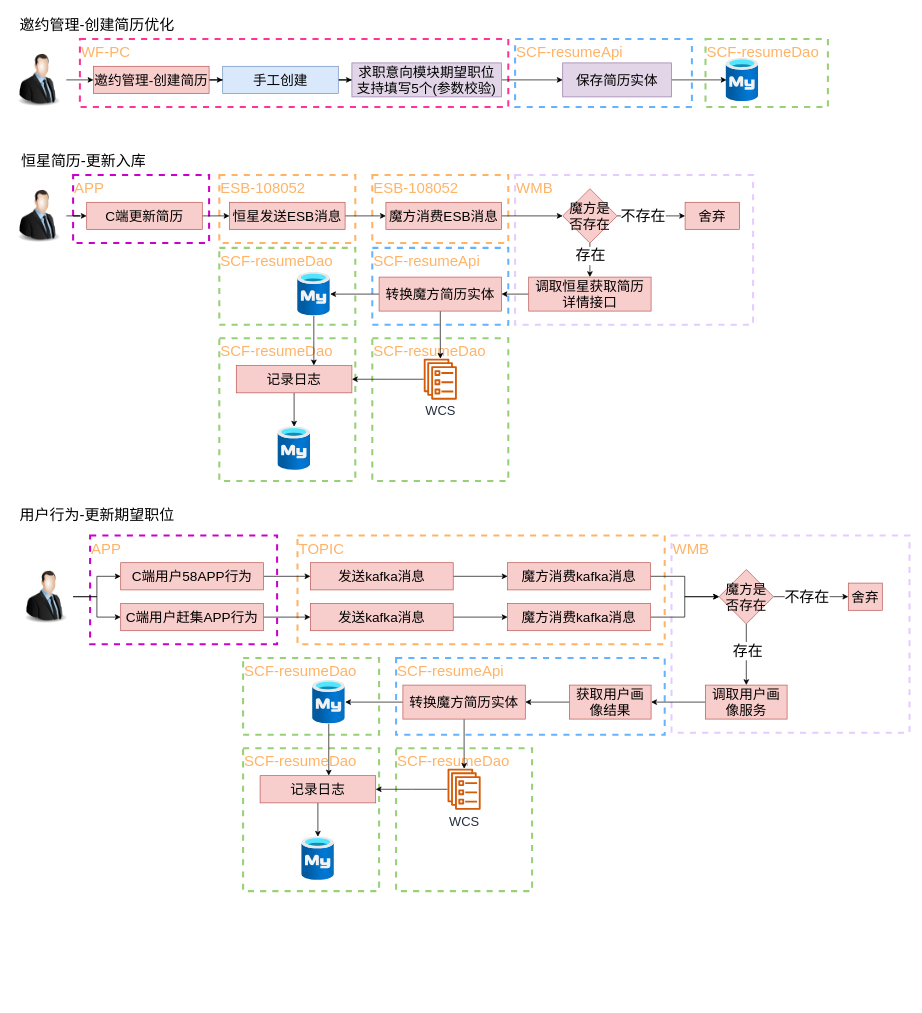
LuOyEbY/draw-b keeps this draw.io diagram as 恒星简历更新需求-4909.drawio. Above is the earlier version. Source tidied: cells renumbered, new cells numbered last; positions are measured from the earlier drawing's top-left corner, leaving out a move shared by most shapes. Both pictures are drawn from the tidied source at 68%, with x=0, y=0 at pixel (12, 12).
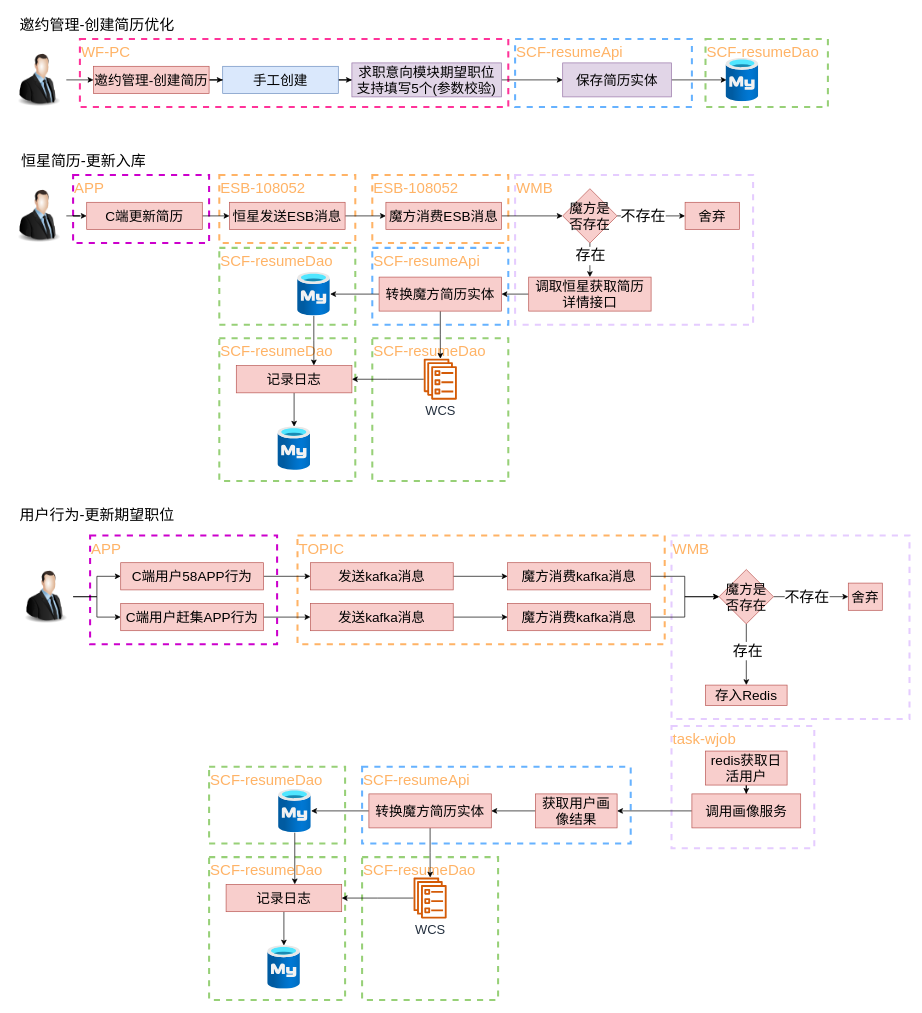
After the change.

Commit message:
更新恒星简历更新需求-4909.drawio

Diff of the diagram source:
```diff
@@
     <mxCell id="4" value="WMB" style="rounded=0;whiteSpace=wrap;html=1;dashed=1;strokeColor=#E5CCFF;align=left;verticalAlign=top;fontSize=22;fontColor=#FFB366;strokeWidth=3;" parent="1" vertex="1">
-      <mxGeometry x="970" y="770" width="350" height="290" as="geometry" />
+      <mxGeometry x="970" y="770" width="350" height="270" as="geometry" />
     </mxCell>
     <mxCell id="5" value="SCF-resumeApi" style="rounded=0;whiteSpace=wrap;html=1;dashed=1;strokeColor=#66B2FF;align=left;verticalAlign=top;fontSize=22;fontColor=#FFB366;strokeWidth=3;" parent="1" vertex="1">
-      <mxGeometry x="565" y="950" width="395" height="113" as="geometry" />
+      <mxGeometry x="515" y="1110" width="395" height="113" as="geometry" />
     </mxCell>
@@
-    <mxCell id="78" style="edgeStyle=orthogonalEdgeStyle;rounded=0;jettySize=auto;html=1;fontSize=22;fontColor=#000000;" parent="1" edge="1" source="79" target="81">
-      <mxGeometry relative="1" as="geometry" />
-    </mxCell>
-    <mxCell id="79" value="调取用户画像服务" style="whiteSpace=wrap;html=1;fontSize=20;fillColor=#f8cecc;strokeColor=#b85450;fontColor=#000000;rounded=0;strokeWidth=1;" parent="1" vertex="1">
-      <mxGeometry x="1020" y="990" width="120" height="50" as="geometry" />
+    <mxCell id="79" value="存入Redis" style="whiteSpace=wrap;html=1;fontSize=20;fillColor=#f8cecc;strokeColor=#b85450;fontColor=#000000;rounded=0;strokeWidth=1;" parent="1" vertex="1">
+      <mxGeometry x="1020" y="990" width="120" height="30" as="geometry" />
     </mxCell>
@@
     <mxCell id="81" value="获取用户画像结果" style="whiteSpace=wrap;html=1;fontSize=20;fillColor=#f8cecc;strokeColor=#b85450;fontColor=#000000;rounded=0;strokeWidth=1;" parent="1" vertex="1">
-      <mxGeometry x="820" y="990" width="120" height="50" as="geometry" />
+      <mxGeometry x="770" y="1150" width="120" height="50" as="geometry" />
     </mxCell>
     <mxCell id="82" value="SCF-resumeDao" style="rounded=0;whiteSpace=wrap;html=1;dashed=1;strokeColor=#97D077;align=left;verticalAlign=top;fontSize=22;fontColor=#FFB366;strokeWidth=3;" parent="1" vertex="1">
-      <mxGeometry x="340" y="1083" width="200" height="210" as="geometry" />
+      <mxGeometry x="290" y="1243" width="200" height="210" as="geometry" />
     </mxCell>
     <mxCell id="83" value="SCF-resumeDao" style="rounded=0;whiteSpace=wrap;html=1;dashed=1;strokeColor=#97D077;align=left;verticalAlign=top;fontSize=22;fontColor=#FFB366;strokeWidth=3;" parent="1" vertex="1">
-      <mxGeometry x="565" y="1083" width="200" height="210" as="geometry" />
+      <mxGeometry x="515" y="1243" width="200" height="210" as="geometry" />
     </mxCell>
     <mxCell id="84" value="SCF-resumeDao" style="rounded=0;whiteSpace=wrap;html=1;dashed=1;strokeColor=#97D077;align=left;verticalAlign=top;fontSize=22;fontColor=#FFB366;strokeWidth=3;" parent="1" vertex="1">
-      <mxGeometry x="340" y="950" width="200" height="113" as="geometry" />
+      <mxGeometry x="290" y="1110" width="200" height="113" as="geometry" />
     </mxCell>
@@
     <mxCell id="87" value="转换魔方简历实体" style="whiteSpace=wrap;html=1;fontSize=20;fillColor=#f8cecc;strokeColor=#b85450;rounded=0;" parent="1" vertex="1">
-      <mxGeometry x="575" y="990" width="180" height="50" as="geometry" />
+      <mxGeometry x="525" y="1150" width="180" height="50" as="geometry" />
     </mxCell>
@@
     <mxCell id="89" style="html=1;points=[];align=center;image;fontSize=12;image=img/lib/azure2/databases/Azure_Database_MySQL_Server.svg;dashed=1;strokeColor=#FFB366;fontColor=#000000;" parent="1" vertex="1">
-      <mxGeometry x="442" y="983" width="48" height="64" as="geometry" />
+      <mxGeometry x="392" y="1143" width="48" height="64" as="geometry" />
     </mxCell>
@@
     <mxCell id="91" value="&lt;span style=&quot;font-size: 19px;&quot;&gt;WCS&lt;/span&gt;" style="sketch=0;outlineConnect=0;fontColor=#232F3E;gradientColor=none;fillColor=#D45B07;strokeColor=none;dashed=0;verticalLabelPosition=bottom;verticalAlign=top;align=center;html=1;fontSize=12;fontStyle=0;shape=mxgraph.aws4.ecs_service;" parent="1" vertex="1">
-      <mxGeometry x="640.5" y="1113" width="49" height="60.3" as="geometry" />
+      <mxGeometry x="590.5" y="1273" width="49" height="60.3" as="geometry" />
     </mxCell>
@@
     <mxCell id="93" value="记录日志" style="rounded=0;whiteSpace=wrap;html=1;fontSize=20;fillColor=#f8cecc;strokeColor=#b85450;" parent="1" vertex="1">
-      <mxGeometry x="365" y="1123.2" width="170" height="40" as="geometry" />
+      <mxGeometry x="315" y="1283.2" width="170" height="40" as="geometry" />
     </mxCell>
     <mxCell id="94" style="html=1;points=[];align=center;image;fontSize=12;image=img/lib/azure2/databases/Azure_Database_MySQL_Server.svg;dashed=1;strokeColor=#FFB366;fontColor=#000000;" parent="1" vertex="1">
-      <mxGeometry x="426" y="1213" width="48" height="64" as="geometry" />
+      <mxGeometry x="376" y="1373" width="48" height="64" as="geometry" />
     </mxCell>
+    <mxCell id="95" value="task-wjob" style="rounded=0;whiteSpace=wrap;html=1;dashed=1;strokeColor=#E5CCFF;align=left;verticalAlign=top;fontSize=22;fontColor=#FFB366;strokeWidth=3;" parent="1" vertex="1">
+      <mxGeometry x="970" y="1050" width="210" height="180" as="geometry" />
+    </mxCell>
+    <mxCell id="96" style="edgeStyle=orthogonalEdgeStyle;rounded=0;jettySize=auto;html=1;fontSize=22;fontColor=#000000;" parent="1" edge="1" source="97" target="99">
+      <mxGeometry relative="1" as="geometry" />
+    </mxCell>
+    <mxCell id="97" value="redis获取日活用户" style="whiteSpace=wrap;html=1;fontSize=20;fillColor=#f8cecc;strokeColor=#b85450;fontColor=#000000;rounded=0;strokeWidth=1;" parent="1" vertex="1">
+      <mxGeometry x="1020" y="1087" width="120" height="50" as="geometry" />
+    </mxCell>
+    <mxCell id="98" style="edgeStyle=orthogonalEdgeStyle;rounded=0;jettySize=auto;html=1;entryX=1;entryY=0.5;entryDx=0;entryDy=0;fontSize=22;fontColor=#000000;" parent="1" edge="1" source="99" target="81">
+      <mxGeometry relative="1" as="geometry" />
+    </mxCell>
+    <mxCell id="99" value="调用画像服务" style="whiteSpace=wrap;html=1;fontSize=20;fillColor=#f8cecc;strokeColor=#b85450;fontColor=#000000;rounded=0;strokeWidth=1;" parent="1" vertex="1">
+      <mxGeometry x="1000" y="1150" width="160" height="50" as="geometry" />
+    </mxCell>
```
